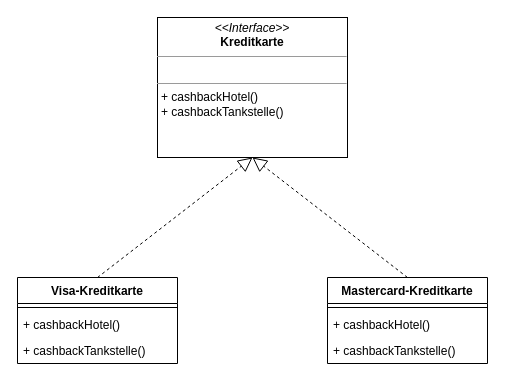
Before: page "without-Visitor" (1 of 2) of Visitor-Bank-example.drawio in aschi2403/design-patterns-visitor-pattern, a draw.io diagram. Source tidied: cells renumbered, new cells numbered last; positions are measured from the earlier drawing's top-left corner, leaving out a move shared by most shapes. Both pictures are drawn from the tidied source at 100%, with x=0, y=0 at pixel (17, 17).
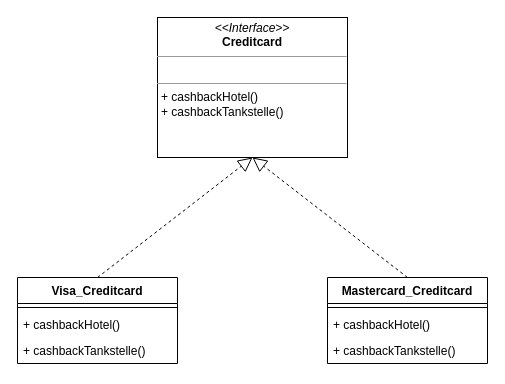
Above is the later version.

The edit, as a diff of the source:
```diff
@@
 <mxGraphModel>
   <root>
     <mxCell id="0" />
     <mxCell id="1" parent="0" />
-    <mxCell id="2" value="&lt;p style=&quot;margin: 0px ; margin-top: 4px ; text-align: center&quot;&gt;&lt;i&gt;&amp;lt;&amp;lt;Interface&amp;gt;&amp;gt;&lt;/i&gt;&lt;br&gt;&lt;b&gt;Kreditkarte&lt;/b&gt;&lt;/p&gt;&lt;hr size=&quot;1&quot;&gt;&lt;p style=&quot;margin: 0px ; margin-left: 4px&quot;&gt;&lt;br&gt;&lt;/p&gt;&lt;hr size=&quot;1&quot;&gt;&lt;p style=&quot;margin: 0px ; margin-left: 4px&quot;&gt;+ cashbackHotel()&lt;br&gt;+ cashbackTankstelle()&lt;br&gt;&lt;/p&gt;" style="verticalAlign=top;align=left;overflow=fill;fontSize=12;fontFamily=Helvetica;html=1;" parent="1" vertex="1">
+    <mxCell id="2" value="&lt;p style=&quot;margin: 0px ; margin-top: 4px ; text-align: center&quot;&gt;&lt;i&gt;&amp;lt;&amp;lt;Interface&amp;gt;&amp;gt;&lt;/i&gt;&lt;br&gt;&lt;b&gt;Creditcard&lt;/b&gt;&lt;/p&gt;&lt;hr size=&quot;1&quot;&gt;&lt;p style=&quot;margin: 0px ; margin-left: 4px&quot;&gt;&lt;br&gt;&lt;/p&gt;&lt;hr size=&quot;1&quot;&gt;&lt;p style=&quot;margin: 0px ; margin-left: 4px&quot;&gt;+ cashbackHotel()&lt;br&gt;+ cashbackTankstelle()&lt;br&gt;&lt;/p&gt;" style="verticalAlign=top;align=left;overflow=fill;fontSize=12;fontFamily=Helvetica;html=1;" parent="1" vertex="1">
       <mxGeometry x="140" width="190" height="140" as="geometry" />
     </mxCell>
-    <mxCell id="3" value="Visa-Kreditkarte" style="swimlane;fontStyle=1;align=center;verticalAlign=top;horizontal=1;startSize=26;" parent="1" vertex="1">
+    <mxCell id="3" value="Visa_Creditcard" style="swimlane;fontStyle=1;align=center;verticalAlign=top;horizontal=1;startSize=26;" parent="1" vertex="1">
       <mxGeometry y="260" width="160" height="86" as="geometry" />
     </mxCell>
     <mxCell id="4" style="line;strokeWidth=1;fillColor=none;align=left;verticalAlign=middle;spacingTop=-1;spacingLeft=3;spacingRight=3;labelPosition=right;" parent="3" vertex="1">
       <mxGeometry y="26" width="160" height="8" as="geometry" />
     </mxCell>
     <mxCell id="5" value="+ cashbackHotel()" style="text;strokeColor=none;fillColor=none;align=left;verticalAlign=top;spacingLeft=4;spacingRight=4;overflow=hidden;" parent="3" vertex="1">
       <mxGeometry y="34" width="160" height="26" as="geometry" />
     </mxCell>
     <mxCell id="6" value="+ cashbackTankstelle()" style="text;strokeColor=none;fillColor=none;align=left;verticalAlign=top;spacingLeft=4;spacingRight=4;overflow=hidden;" parent="3" vertex="1">
       <mxGeometry y="60" width="160" height="26" as="geometry" />
     </mxCell>
-    <mxCell id="7" value="Mastercard-Kreditkarte" style="swimlane;fontStyle=1;align=center;verticalAlign=top;horizontal=1;startSize=26;" parent="1" vertex="1">
+    <mxCell id="7" value="Mastercard_Creditcard" style="swimlane;fontStyle=1;align=center;verticalAlign=top;horizontal=1;startSize=26;" parent="1" vertex="1">
       <mxGeometry x="310" y="260" width="160" height="86" as="geometry" />
     </mxCell>
     <mxCell id="8" style="line;strokeWidth=1;fillColor=none;align=left;verticalAlign=middle;spacingTop=-1;spacingLeft=3;spacingRight=3;labelPosition=right;" parent="7" vertex="1">
       <mxGeometry y="26" width="160" height="8" as="geometry" />
     </mxCell>
     <mxCell id="9" value="+ cashbackHotel()" style="text;strokeColor=none;fillColor=none;align=left;verticalAlign=top;spacingLeft=4;spacingRight=4;overflow=hidden;" parent="7" vertex="1">
       <mxGeometry y="34" width="160" height="26" as="geometry" />
     </mxCell>
     <mxCell id="10" value="+ cashbackTankstelle()" style="text;strokeColor=none;fillColor=none;align=left;verticalAlign=top;spacingLeft=4;spacingRight=4;overflow=hidden;" parent="7" vertex="1">
       <mxGeometry y="60" width="160" height="26" as="geometry" />
     </mxCell>
     <mxCell id="11" style="endArrow=block;dashed=1;endFill=0;endSize=12;html=1;exitX=0.5;exitY=0;exitDx=0;exitDy=0;entryX=0.5;entryY=1;entryDx=0;entryDy=0;" parent="1" edge="1" source="3" target="2">
       <mxGeometry relative="1" as="geometry" />
     </mxCell>
     <mxCell id="12" style="endArrow=block;dashed=1;endFill=0;endSize=12;html=1;entryX=0.5;entryY=1;entryDx=0;entryDy=0;exitX=0.5;exitY=0;exitDx=0;exitDy=0;" parent="1" edge="1" source="7" target="2">
       <mxGeometry relative="1" as="geometry" />
     </mxCell>
   </root>
 </mxGraphModel>
```
